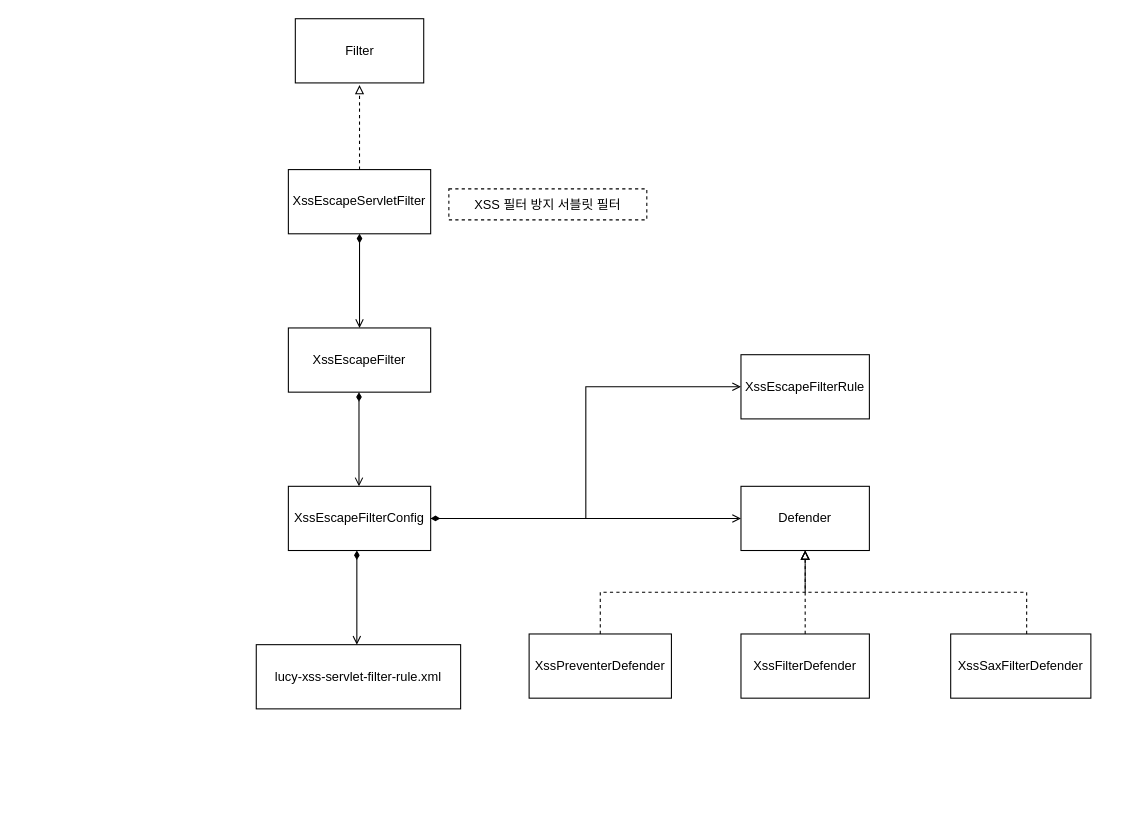
The draw.io diagram page "Page-9" (9 of 14) of Untitled Diagram.drawio in ikjo93/Class-Diagram, before the edit. Source tidied: cells renumbered, new cells numbered last; positions are measured from the earlier drawing's top-left corner, leaving out a move shared by most shapes. Both pictures are drawn from the tidied source at 107%, with x=0, y=0 at pixel (256, 18).
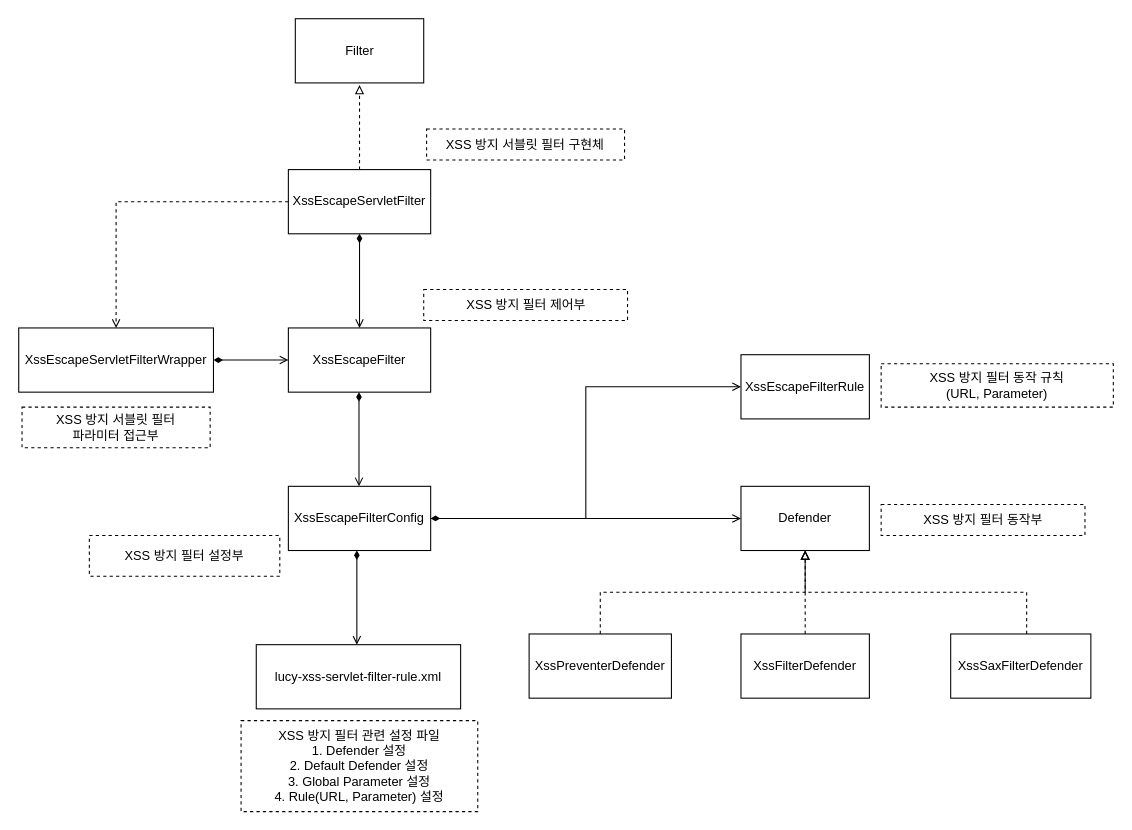
The same page after the edit.

Unchanged cells that the change refers to:
```xml
<mxCell id="12" value="XssEscapeServletFilter" style="rounded=0;whiteSpace=wrap;html=1;" parent="1" vertex="1">
  <mxGeometry x="30" y="141" width="133" height="60" as="geometry" />
</mxCell>
<mxCell id="13" value="XssEscapeFilter" style="rounded=0;whiteSpace=wrap;html=1;" parent="1" vertex="1">
  <mxGeometry x="30" y="289" width="133" height="60" as="geometry" />
</mxCell>
```

The edit, as a diff of the source:
```diff
@@
+    <mxCell id="22" style="edgeStyle=orthogonalEdgeStyle;rounded=0;jettySize=auto;html=1;exitX=0;exitY=0.5;exitDx=0;exitDy=0;entryX=0.5;entryY=0;entryDx=0;entryDy=0;dashed=1;endArrow=open;endFill=0;" parent="1" edge="1" source="12" target="25">
+      <mxGeometry relative="1" as="geometry" />
+    </mxCell>
@@
-    <mxCell id="21" value="XSS 필터 방지 서블릿 필터" style="text;html=1;align=center;verticalAlign=middle;whiteSpace=wrap;rounded=0;strokeColor=default;dashed=1;" parent="1" vertex="1">
-      <mxGeometry x="180" y="159" width="185" height="29" as="geometry" />
+    <mxCell id="21" value="XSS 방지 서블릿 필터 구현체" style="text;html=1;align=center;verticalAlign=middle;whiteSpace=wrap;rounded=0;strokeColor=default;dashed=1;" parent="1" vertex="1">
+      <mxGeometry x="159.2" y="103" width="185" height="29" as="geometry" />
     </mxCell>
+    <mxCell id="23" value="XSS 방지 필터 제어부" style="text;html=1;align=center;verticalAlign=middle;whiteSpace=wrap;rounded=0;strokeColor=default;dashed=1;" parent="1" vertex="1">
+      <mxGeometry x="156.5" y="253" width="190.5" height="29" as="geometry" />
+    </mxCell>
+    <mxCell id="24" style="edgeStyle=orthogonalEdgeStyle;rounded=0;jettySize=auto;html=1;entryX=0;entryY=0.5;entryDx=0;entryDy=0;startArrow=diamondThin;startFill=1;endArrow=open;endFill=0;" parent="1" edge="1" source="25" target="13">
+      <mxGeometry relative="1" as="geometry" />
+    </mxCell>
+    <mxCell id="25" value="XssEscapeServletFilterWrapper" style="rounded=0;whiteSpace=wrap;html=1;" parent="1" vertex="1">
+      <mxGeometry x="-222" y="289" width="182" height="60" as="geometry" />
+    </mxCell>
+    <mxCell id="26" value="XSS 방지 서블릿 필터&lt;div&gt;파라미터 접근부&lt;/div&gt;" style="text;html=1;align=center;verticalAlign=middle;whiteSpace=wrap;rounded=0;strokeColor=default;dashed=1;" parent="1" vertex="1">
+      <mxGeometry x="-218.9" y="363" width="175.8" height="38" as="geometry" />
+    </mxCell>
+    <mxCell id="27" value="XSS 방지 필터 관련 설정 파일&lt;div&gt;1. Defender 설정&lt;/div&gt;&lt;div&gt;2. Default Defender 설정&lt;/div&gt;&lt;div&gt;3. Global Parameter 설정&lt;/div&gt;&lt;div&gt;4. Rule(URL, Parameter) 설정&lt;/div&gt;" style="text;html=1;align=center;verticalAlign=middle;whiteSpace=wrap;rounded=0;strokeColor=default;dashed=1;" parent="1" vertex="1">
+      <mxGeometry x="-14.2" y="656" width="221.2" height="85" as="geometry" />
+    </mxCell>
+    <mxCell id="28" value="XSS 방지 필터&amp;nbsp;&lt;span style=&quot;background-color: initial;&quot;&gt;설정부&lt;/span&gt;" style="text;html=1;align=center;verticalAlign=middle;whiteSpace=wrap;rounded=0;strokeColor=default;dashed=1;" parent="1" vertex="1">
+      <mxGeometry x="-156" y="483" width="178" height="38" as="geometry" />
+    </mxCell>
+    <mxCell id="29" value="XSS 방지 필터 동작 규칙&lt;div&gt;(URL, Parameter)&lt;/div&gt;" style="text;html=1;align=center;verticalAlign=middle;whiteSpace=wrap;rounded=0;strokeColor=default;dashed=1;" parent="1" vertex="1">
+      <mxGeometry x="584" y="322.5" width="217" height="40.5" as="geometry" />
+    </mxCell>
+    <mxCell id="30" value="XSS 방지 필터 동작부" style="text;html=1;align=center;verticalAlign=middle;whiteSpace=wrap;rounded=0;strokeColor=default;dashed=1;" parent="1" vertex="1">
+      <mxGeometry x="584" y="454" width="190.5" height="29" as="geometry" />
+    </mxCell>
```
